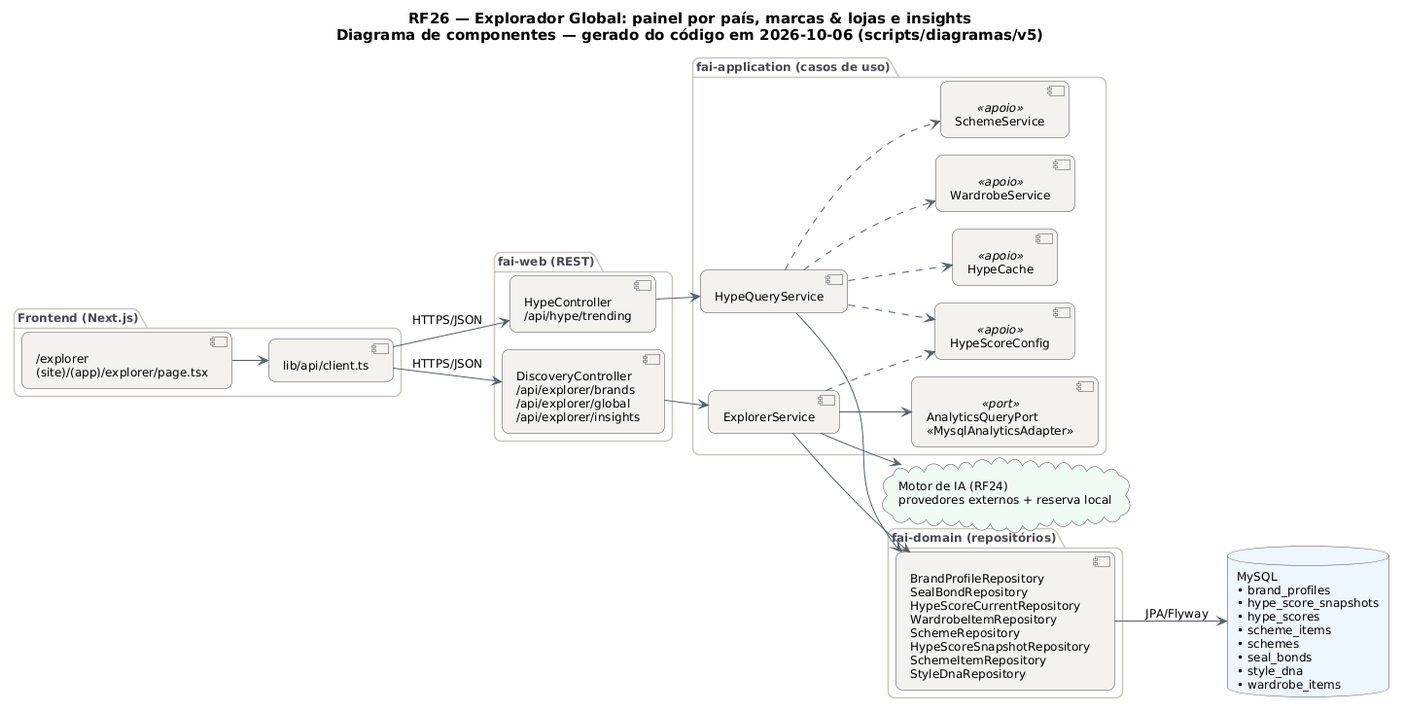
Before: docs/diagramas/RF26/RF26_Componentes.png, a diagram exported from PlantUML (MatheusHaliski/tcc-2026-fashion-ai-backend).
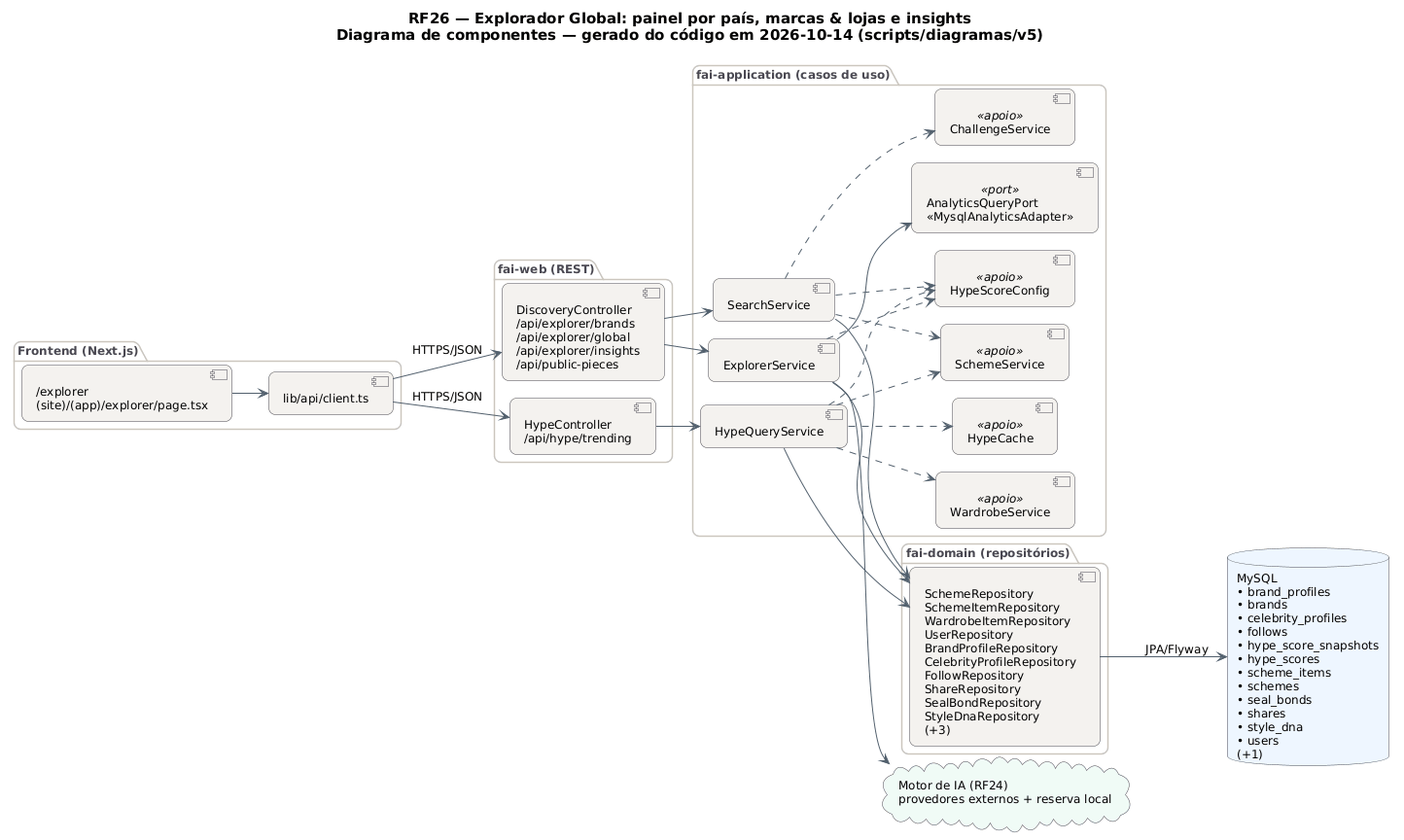
After the commit.

Change to the diagram source:
```diff
@@ -29,33 +29,36 @@
   BorderColor #4A4852
 }
 left to right direction
-title RF26 — Explorador Global: painel por país, marcas & lojas e insights\nDiagrama de componentes — gerado do código em 2026-10-06 (scripts/diagramas/v5)
+title RF26 — Explorador Global: painel por país, marcas & lojas e insights\nDiagrama de componentes — gerado do código em 2026-10-14 (scripts/diagramas/v5)
 
 package "Frontend (Next.js)" {
   component "/explorer\n(site)/(app)/explorer/page.tsx" as FE0
   component "lib/api/client.ts" as APIC
 }
 package "fai-web (REST)" {
-  component "DiscoveryController\n/api/explorer/brands\n/api/explorer/global\n/api/explorer/insights" as DiscoveryController
+  component "DiscoveryController\n/api/explorer/brands\n/api/explorer/global\n/api/explorer/insights\n/api/public-pieces" as DiscoveryController
   component "HypeController\n/api/hype/trending" as HypeController
 }
 package "fai-application (casos de uso)" {
+  component "SearchService" as SearchService
   component "ExplorerService" as ExplorerService
   component "HypeQueryService" as HypeQueryService
+  component "SchemeService" as SchemeService <<apoio>>
+  component "ChallengeService" as ChallengeService <<apoio>>
   component "HypeScoreConfig" as HypeScoreConfig <<apoio>>
   component "WardrobeService" as WardrobeService <<apoio>>
-  component "SchemeService" as SchemeService <<apoio>>
   component "HypeCache" as HypeCache <<apoio>>
   component "AnalyticsQueryPort\n«MysqlAnalyticsAdapter»" as AnalyticsQueryPort <<port>>
 }
 package "fai-domain (repositórios)" {
-  component "BrandProfileRepository\nSealBondRepository\nHypeScoreCurrentRepository\nWardrobeItemRepository\nSchemeRepository\nHypeScoreSnapshotRepository\nSchemeItemRepository\nStyleDnaRepository" as REPO_MySQL
+  component "SchemeRepository\nSchemeItemRepository\nWardrobeItemRepository\nUserRepository\nBrandProfileRepository\nCelebrityProfileRepository\nFollowRepository\nShareRepository\nSealBondRepository\nStyleDnaRepository\n(+3)" as REPO_MySQL
 }
-database "MySQL\n• brand_profiles\n• hype_score_snapshots\n• hype_scores\n• scheme_items\n• schemes\n• seal_bonds\n• style_dna\n• wardrobe_items" as DB_MySQL
+database "MySQL\n• brand_profiles\n• brands\n• celebrity_profiles\n• follows\n• hype_score_snapshots\n• hype_scores\n• scheme_items\n• schemes\n• seal_bonds\n• shares\n• style_dna\n• users\n(+1)" as DB_MySQL
 cloud "Motor de IA (RF24)\nprovedores externos + reserva local" as AI
 APIC --> DiscoveryController : HTTPS/JSON
 APIC --> HypeController : HTTPS/JSON
 DiscoveryController --> ExplorerService
+DiscoveryController --> SearchService
 ExplorerService --> AI
 ExplorerService --> AnalyticsQueryPort
 ExplorerService --> REPO_MySQL
@@ -68,4 +71,8 @@
 HypeQueryService ..> SchemeService
 HypeQueryService ..> WardrobeService
 REPO_MySQL --> DB_MySQL : JPA/Flyway
+SearchService --> REPO_MySQL
+SearchService ..> ChallengeService
+SearchService ..> HypeScoreConfig
+SearchService ..> SchemeService
 @enduml
```
